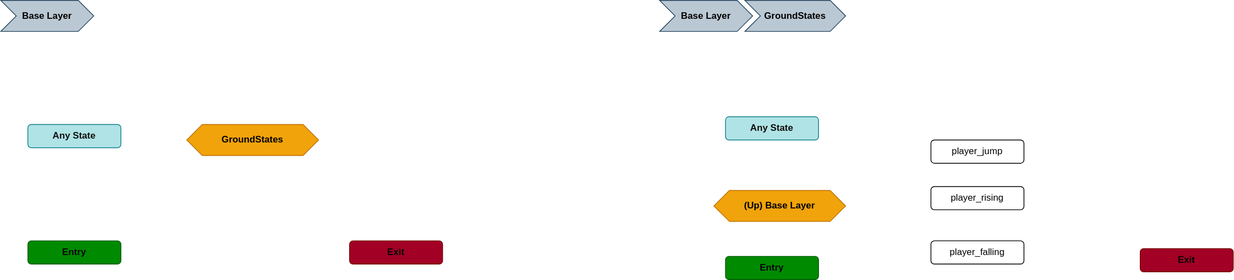
Before: Unity2DPlatformerAnimator.drawio.svg, a diagram exported from draw.io (4mirul/diagrams). Source tidied: cells renumbered, new cells last; positions are measured from the earlier drawing's top-left corner, leaving out a move shared by most shapes.
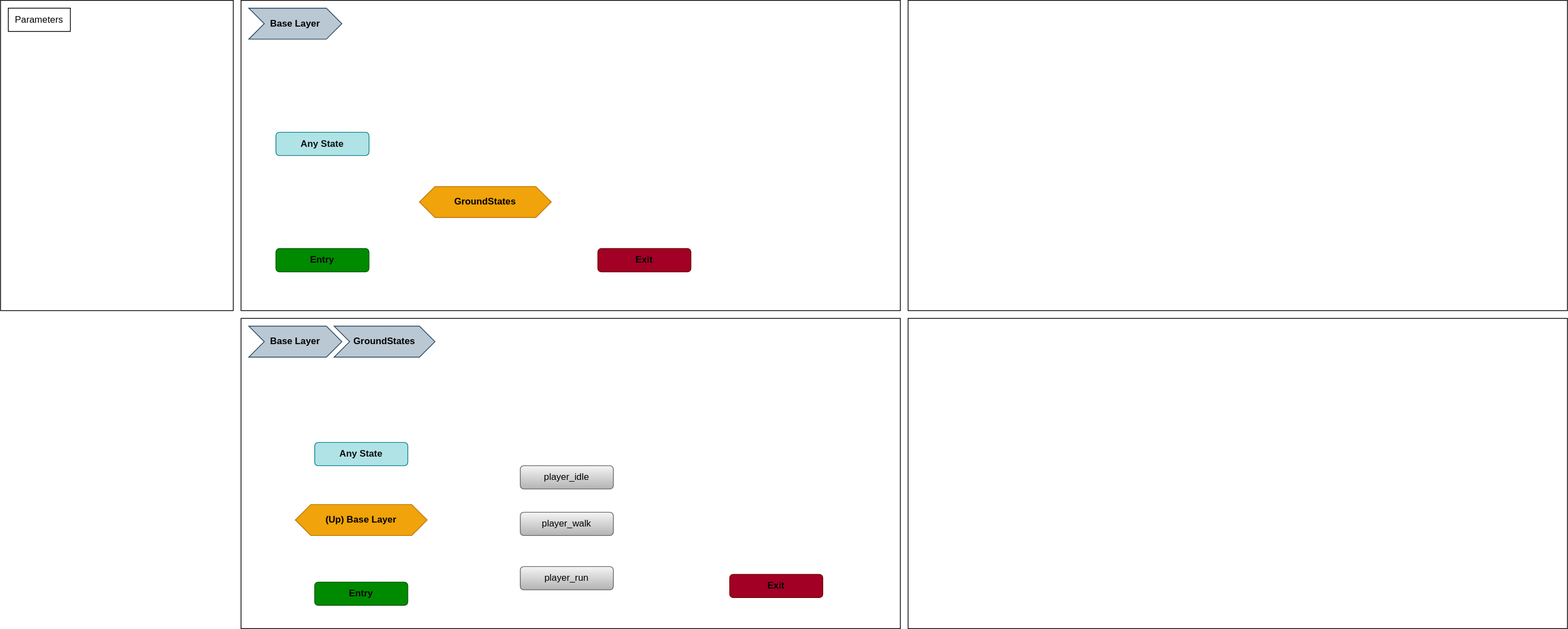
The same diagram one commit later.

The edit, as a diff of the source:
```diff
@@ -2,17 +2,29 @@
   <root>
     <mxCell id="0" />
     <mxCell id="1" parent="0" />
+    <mxCell id="16" style="rounded=0;whiteSpace=wrap;html=1;fillColor=none;" parent="1" vertex="1">
+      <mxGeometry x="1700" y="-10" width="850" height="400" as="geometry" />
+    </mxCell>
+    <mxCell id="17" style="rounded=0;whiteSpace=wrap;html=1;fillColor=none;" parent="1" vertex="1">
+      <mxGeometry x="1700" y="-420" width="850" height="400" as="geometry" />
+    </mxCell>
+    <mxCell id="18" style="rounded=0;whiteSpace=wrap;html=1;fillColor=none;" parent="1" vertex="1">
+      <mxGeometry x="840" y="-420" width="850" height="400" as="geometry" />
+    </mxCell>
+    <mxCell id="19" style="rounded=0;whiteSpace=wrap;html=1;fillColor=none;" parent="1" vertex="1">
+      <mxGeometry x="840" y="-10" width="850" height="400" as="geometry" />
+    </mxCell>
-    <mxCell id="2" value="player_rising" style="rounded=1;whiteSpace=wrap;html=1;" parent="1" vertex="1">
+    <mxCell id="2" value="&lt;font color=&quot;#000000&quot;&gt;player_walk&lt;/font&gt;" style="rounded=1;whiteSpace=wrap;html=1;fillColor=#f5f5f5;strokeColor=#666666;gradientColor=#b3b3b3;" parent="1" vertex="1">
       <mxGeometry x="1200" y="240" width="120" height="30" as="geometry" />
     </mxCell>
-    <mxCell id="3" value="player_jump" style="rounded=1;whiteSpace=wrap;html=1;" parent="1" vertex="1">
+    <mxCell id="3" value="&lt;font style=&quot;&quot; color=&quot;#000000&quot;&gt;player_idle&lt;/font&gt;" style="rounded=1;whiteSpace=wrap;html=1;fillColor=#f5f5f5;strokeColor=#666666;gradientColor=#b3b3b3;" parent="1" vertex="1">
       <mxGeometry x="1200" y="180" width="120" height="30" as="geometry" />
     </mxCell>
-    <mxCell id="4" value="player_falling" style="rounded=1;whiteSpace=wrap;html=1;" parent="1" vertex="1">
+    <mxCell id="4" value="&lt;font color=&quot;#000000&quot;&gt;player_run&lt;/font&gt;" style="rounded=1;whiteSpace=wrap;html=1;fillColor=#f5f5f5;strokeColor=#666666;gradientColor=#b3b3b3;" parent="1" vertex="1">
       <mxGeometry x="1200" y="310" width="120" height="30" as="geometry" />
     </mxCell>
     <mxCell id="5" value="&lt;b&gt;GroundStates&lt;br&gt;&lt;/b&gt;" style="shape=hexagon;perimeter=hexagonPerimeter2;whiteSpace=wrap;html=1;fixedSize=1;fillColor=#f0a30a;fontColor=#000000;strokeColor=#BD7000;" parent="1" vertex="1">
-      <mxGeometry x="240" y="160" width="170" height="40" as="geometry" />
+      <mxGeometry x="1070" y="-180" width="170" height="40" as="geometry" />
     </mxCell>
     <mxCell id="6" value="&lt;b&gt;&lt;font color=&quot;#050505&quot;&gt;Entry&lt;/font&gt;&lt;/b&gt;" style="rounded=1;whiteSpace=wrap;html=1;fillColor=#008a00;fontColor=#ffffff;strokeColor=#005700;" parent="1" vertex="1">
       <mxGeometry x="935" y="330" width="120" height="30" as="geometry" />
@@ -24,25 +36,31 @@
       <mxGeometry x="1470" y="320" width="120" height="30" as="geometry" />
     </mxCell>
     <mxCell id="9" value="&lt;b&gt;&lt;font color=&quot;#050505&quot;&gt;Entry&lt;/font&gt;&lt;/b&gt;" style="rounded=1;whiteSpace=wrap;html=1;fillColor=#008a00;fontColor=#ffffff;strokeColor=#005700;" parent="1" vertex="1">
-      <mxGeometry x="35" y="310" width="120" height="30" as="geometry" />
+      <mxGeometry x="885" y="-100" width="120" height="30" as="geometry" />
     </mxCell>
     <mxCell id="10" value="&lt;b&gt;&lt;font color=&quot;#0f0f0f&quot;&gt;Any State&lt;/font&gt;&lt;/b&gt;" style="rounded=1;whiteSpace=wrap;html=1;fillColor=#b0e3e6;strokeColor=#0e8088;gradientColor=none;" parent="1" vertex="1">
-      <mxGeometry x="35" y="160" width="120" height="30" as="geometry" />
+      <mxGeometry x="885" y="-250" width="120" height="30" as="geometry" />
     </mxCell>
     <mxCell id="11" value="&lt;b&gt;&lt;font color=&quot;#050505&quot;&gt;Exit&lt;/font&gt;&lt;/b&gt;" style="rounded=1;whiteSpace=wrap;html=1;fillColor=#a20025;fontColor=#ffffff;strokeColor=#6F0000;" parent="1" vertex="1">
-      <mxGeometry x="450" y="310" width="120" height="30" as="geometry" />
+      <mxGeometry x="1300" y="-100" width="120" height="30" as="geometry" />
     </mxCell>
     <mxCell id="12" value="&lt;font color=&quot;#000000&quot;&gt;&lt;b&gt;Base Layer&lt;/b&gt;&lt;/font&gt;" style="shape=step;perimeter=stepPerimeter;whiteSpace=wrap;html=1;fixedSize=1;fillColor=#bac8d3;strokeColor=#23445d;" parent="1" vertex="1">
       <mxGeometry x="850" width="120" height="40" as="geometry" />
     </mxCell>
     <mxCell id="13" value="&lt;b&gt;(Up) Base Layer&lt;/b&gt;" style="shape=hexagon;perimeter=hexagonPerimeter2;whiteSpace=wrap;html=1;fixedSize=1;fillColor=#f0a30a;fontColor=#000000;strokeColor=#BD7000;" parent="1" vertex="1">
-      <mxGeometry x="920" y="245" width="170" height="40" as="geometry" />
+      <mxGeometry x="910" y="230" width="170" height="40" as="geometry" />
     </mxCell>
     <mxCell id="14" value="&lt;font color=&quot;#000000&quot;&gt;&lt;b&gt;GroundStates&lt;/b&gt;&lt;/font&gt;" style="shape=step;perimeter=stepPerimeter;whiteSpace=wrap;html=1;fixedSize=1;fillColor=#bac8d3;strokeColor=#23445d;" parent="1" vertex="1">
       <mxGeometry x="960" width="130" height="40" as="geometry" />
     </mxCell>
     <mxCell id="15" value="&lt;font color=&quot;#000000&quot;&gt;&lt;b&gt;Base Layer&lt;/b&gt;&lt;/font&gt;" style="shape=step;perimeter=stepPerimeter;whiteSpace=wrap;html=1;fixedSize=1;fillColor=#bac8d3;strokeColor=#23445d;" parent="1" vertex="1">
-      <mxGeometry width="120" height="40" as="geometry" />
+      <mxGeometry x="850" y="-410" width="120" height="40" as="geometry" />
     </mxCell>
+    <mxCell id="20" style="rounded=0;whiteSpace=wrap;html=1;fillColor=none;" parent="1" vertex="1">
+      <mxGeometry x="530" y="-420" width="300" height="400" as="geometry" />
+    </mxCell>
+    <mxCell id="21" value="Parameters" style="rounded=0;whiteSpace=wrap;html=1;" parent="1" vertex="1">
+      <mxGeometry x="540" y="-410" width="80" height="30" as="geometry" />
+    </mxCell>
   </root>
 </mxGraphModel>
```
